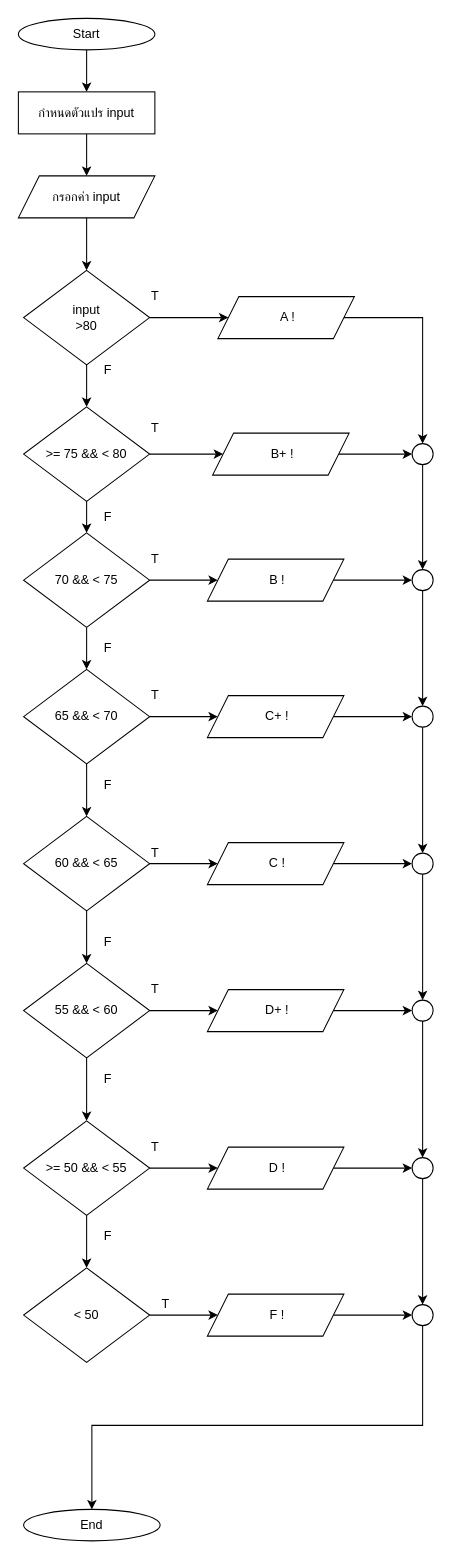
aphiwat-window/ENGCE117 keeps this draw.io diagram as HW/HW8/hw08-2/hw08-2.drawio. Above is the earlier version. Source tidied: cells renumbered, new cells numbered last; positions are measured from the earlier drawing's top-left corner, leaving out a move shared by most shapes. Both pictures are drawn from the tidied source at 105%, with x=0, y=0 at pixel (18, 18).
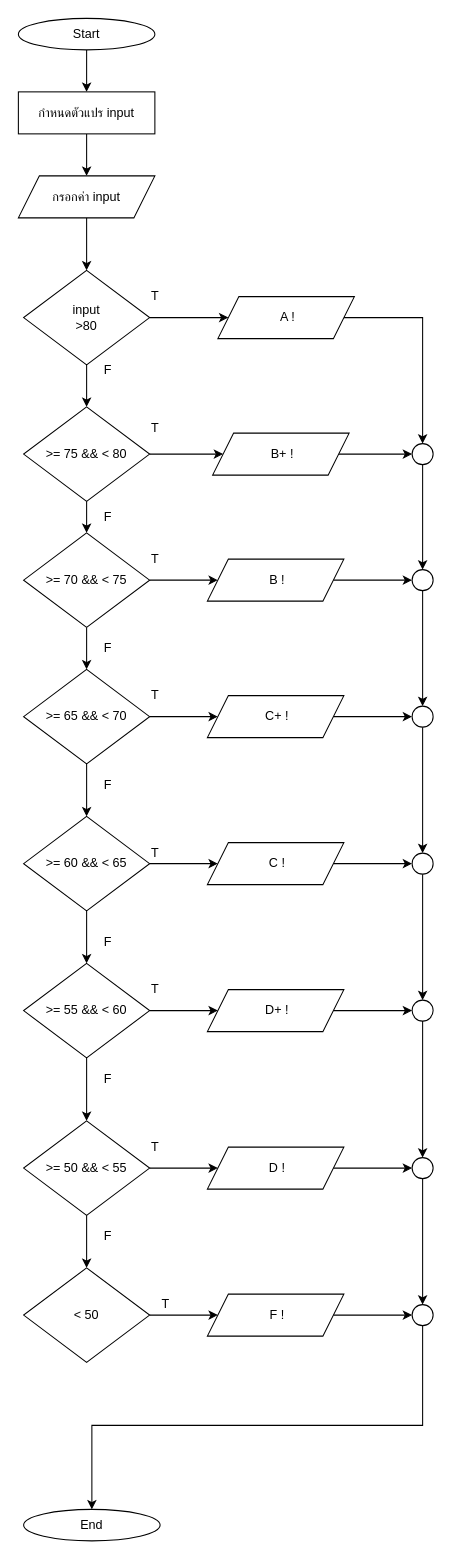
Above is the later version.

Change to the diagram source:
```diff
@@
-    <mxCell id="14" value="70 &amp;amp;&amp;amp; &amp;lt; 75" style="rhombus;whiteSpace=wrap;html=1;" parent="1" vertex="1">
+    <mxCell id="14" value="&amp;gt;= 70 &amp;amp;&amp;amp; &amp;lt; 75" style="rhombus;whiteSpace=wrap;html=1;" parent="1" vertex="1">
       <mxGeometry x="5" y="490" width="120" height="90" as="geometry" />
     </mxCell>
@@
-    <mxCell id="16" value="65 &amp;amp;&amp;amp; &amp;lt; 70" style="rhombus;whiteSpace=wrap;html=1;" parent="1" vertex="1">
+    <mxCell id="16" value="&amp;gt;= 65 &amp;amp;&amp;amp; &amp;lt; 70" style="rhombus;whiteSpace=wrap;html=1;" parent="1" vertex="1">
       <mxGeometry x="5" y="620" width="120" height="90" as="geometry" />
     </mxCell>
@@
-    <mxCell id="18" value="60 &amp;amp;&amp;amp; &amp;lt; 65" style="rhombus;whiteSpace=wrap;html=1;" parent="1" vertex="1">
+    <mxCell id="18" value="&amp;gt;= 60 &amp;amp;&amp;amp; &amp;lt; 65" style="rhombus;whiteSpace=wrap;html=1;" parent="1" vertex="1">
       <mxGeometry x="5" y="760" width="120" height="90" as="geometry" />
     </mxCell>
@@
-    <mxCell id="20" value="55 &amp;amp;&amp;amp; &amp;lt; 60" style="rhombus;whiteSpace=wrap;html=1;" parent="1" vertex="1">
+    <mxCell id="20" value="&amp;gt;= 55 &amp;amp;&amp;amp; &amp;lt; 60" style="rhombus;whiteSpace=wrap;html=1;" parent="1" vertex="1">
       <mxGeometry x="5" y="900" width="120" height="90" as="geometry" />
     </mxCell>
```
